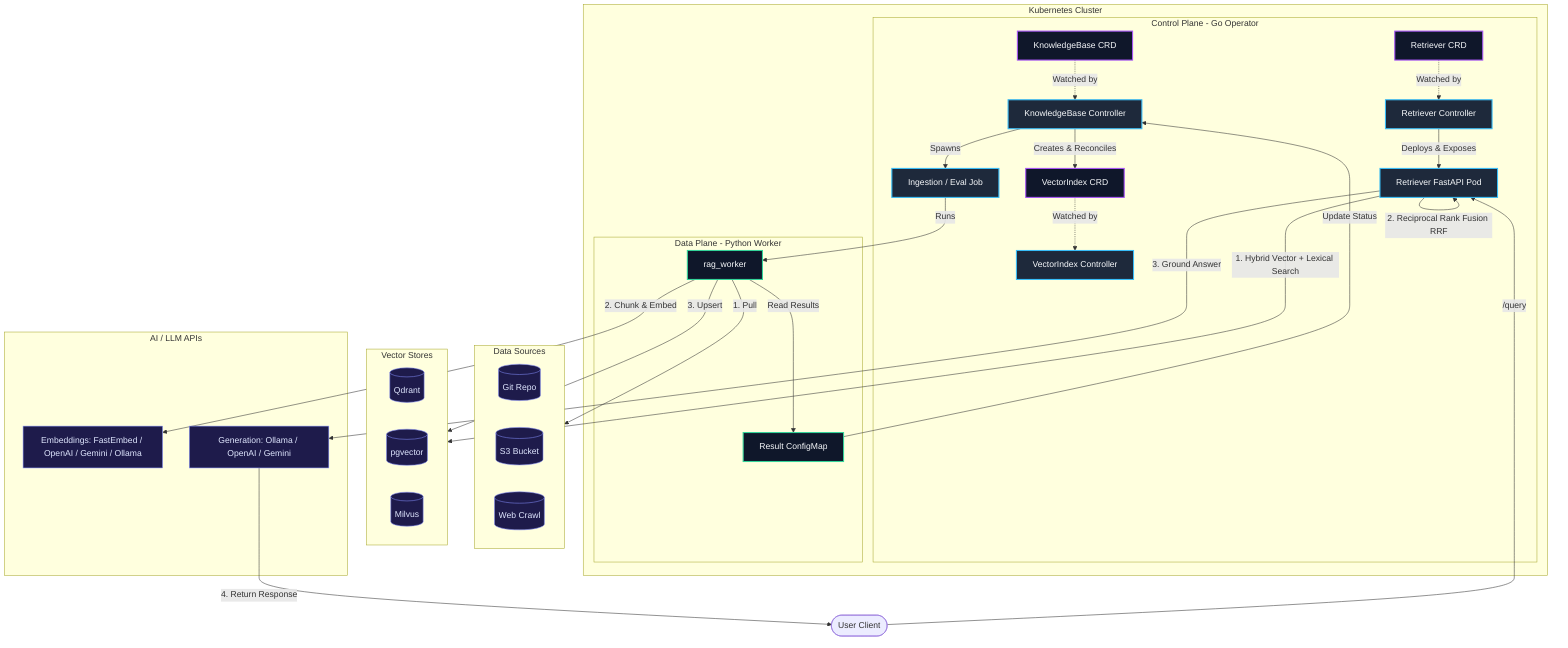
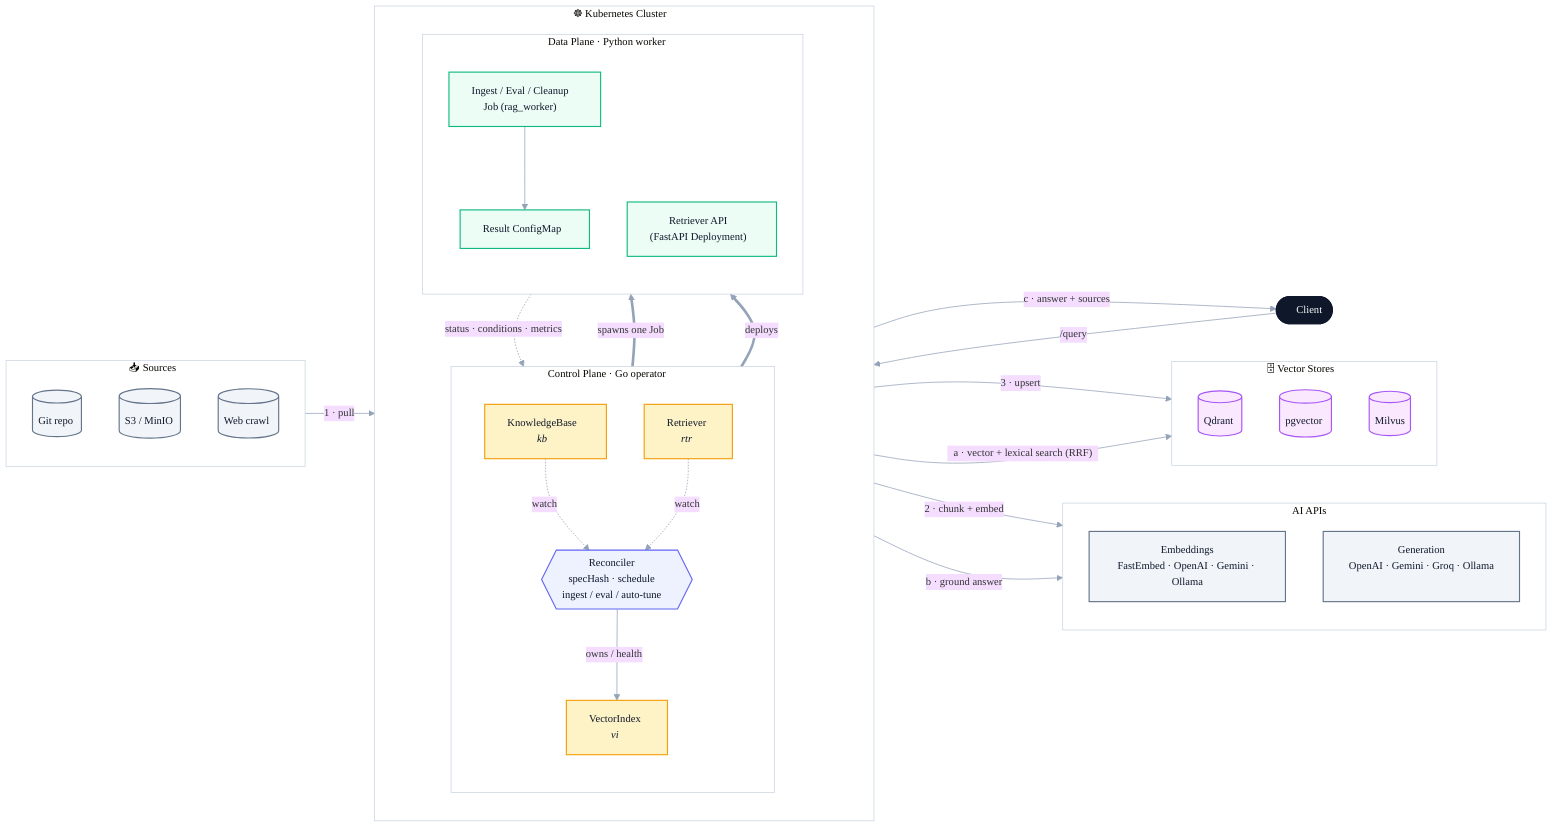
- graph TD
-     %% Custom Styles & Classes
-     classDef control fill:#1e293b,stroke:#38bdf8,stroke-width:2px,color:#f8fafc;
-     classDef data fill:#0f172a,stroke:#34d399,stroke-width:2px,color:#f8fafc;
-     classDef external fill:#1e1b4b,stroke:#818cf8,stroke-width:1px,color:#e0e7ff;
-     classDef resources fill:#0f172a,stroke:#a855f7,stroke-width:2px,color:#f8fafc;
+ %%{init: {'theme':'base','themeVariables':{
+   'fontFamily':'ui-sans-serif, system-ui, sans-serif',
+   'fontSize':'14px',
+   'lineColor':'#94a3b8',
+   'clusterBorder':'#cbd5e1',
+   'clusterBkg':'#ffffff00'
+ }}}%%
+ flowchart LR
+   %% ---- palette (explicit fills => readable in GitHub light AND dark) ----
+   classDef crd      fill:#fef3c7,stroke:#f59e0b,stroke-width:1.5px,color:#0f172a;
+   classDef control  fill:#eef2ff,stroke:#6366f1,stroke-width:1.5px,color:#0f172a;
+   classDef data     fill:#ecfdf5,stroke:#10b981,stroke-width:1.5px,color:#0f172a;
+   classDef store    fill:#fae8ff,stroke:#a855f7,stroke-width:1.5px,color:#0f172a;
+   classDef ext      fill:#f1f5f9,stroke:#64748b,stroke-width:1.5px,color:#0f172a;
+   classDef user     fill:#0f172a,stroke:#0f172a,stroke-width:1.5px,color:#f8fafc;

-     subgraph K8S [Kubernetes Cluster]
-         subgraph CP [Control Plane - Go Operator]
-             KB[KnowledgeBase CRD]:::resources
-             RTR[Retriever CRD]:::resources
-             VI[VectorIndex CRD]:::resources
+   User(["👤 Client"]):::user

-             KBC[KnowledgeBase Controller]:::control
-             RTRC[Retriever Controller]:::control
-             VIC[VectorIndex Controller]:::control
+   subgraph Sources["📥 Sources"]
+     direction TB
+     Git[("Git repo")]:::ext
+     S3[("S3 / MinIO")]:::ext
+     Web[("Web crawl")]:::ext
+   end

-             KB -.->|Watched by| KBC
-             RTR -.->|Watched by| RTRC
-             VI -.->|Watched by| VIC
+   subgraph K8s["☸️ Kubernetes Cluster"]
+     direction TB

-             KBC -->|Creates & Reconciles| VI
-             KBC -->|Spawns| IngestJob[Ingestion / Eval Job]:::control
-             RTRC -->|Deploys & Exposes| FastAPI[Retriever FastAPI Pod]:::control
-         end
- 
-         subgraph DP [Data Plane - Python Worker]
-             IngestJob -->|Runs| Worker[rag_worker]:::data
-             Worker -->|Read Results| ResCM[Result ConfigMap]:::data
-             ResCM -->|Update Status| KBC
-         end
+     subgraph CP["Control Plane · Go operator"]
+       direction TB
+       KB["KnowledgeBase<br/><i>kb</i>"]:::crd
+       RTR["Retriever<br/><i>rtr</i>"]:::crd
+       VI["VectorIndex<br/><i>vi</i>"]:::crd
+       REC{{"Reconciler<br/>specHash · schedule<br/>ingest / eval / auto-tune"}}:::control
+       KB -. watch .-> REC
+       RTR -. watch .-> REC
+       REC -->|"owns / health"| VI
    end

-     %% External Connections
-     subgraph ExtSources [Data Sources]
-         Git[(Git Repo)]:::external
-         S3[(S3 Bucket)]:::external
-         Web[(Web Crawl)]:::external
+     subgraph DP["Data Plane · Python worker"]
+       direction TB
+       JOB["Ingest / Eval / Cleanup<br/>Job (rag_worker)"]:::data
+       RES["Result ConfigMap"]:::data
+       SRV["Retriever API<br/>(FastAPI Deployment)"]:::data
+       JOB --> RES
    end

-     subgraph ExtStores [Vector Stores]
-         Qdrant[(Qdrant)]:::external
-         PgVector[(pgvector)]:::external
-         Milvus[(Milvus)]:::external
-     end
+     REC ==>|"spawns one Job"| JOB
+     RES -. "status · conditions · metrics" .-> REC
+     REC ==>|"deploys"| SRV
+   end

-     subgraph ExtAPIs [AI / LLM APIs]
-         EmbedAPI[Embeddings: FastEmbed / OpenAI / Gemini / Ollama]:::external
-         GenAPI[Generation: Ollama / OpenAI / Gemini]:::external
-     end
+   subgraph Stores["🗄️ Vector Stores"]
+     direction TB
+     QD[("Qdrant")]:::store
+     PG[("pgvector")]:::store
+     MV[("Milvus")]:::store
+   end

-     %% Data Plane Actions
-     Worker -->|1. Pull| ExtSources
-     Worker -->|2. Chunk & Embed| EmbedAPI
-     Worker -->|3. Upsert| ExtStores
+   subgraph AI["🧠 AI APIs"]
+     direction TB
+     EMB["Embeddings<br/>FastEmbed · OpenAI · Gemini · Ollama"]:::ext
+     GEN["Generation<br/>OpenAI · Gemini · Groq · Ollama"]:::ext
+   end

-     %% Serving/Query Path
-     User([User Client]) -->|/query| FastAPI
-     FastAPI -->|1. Hybrid Vector + Lexical Search| ExtStores
-     FastAPI -->|2. Reciprocal Rank Fusion RRF| FastAPI
-     FastAPI -->|3. Ground Answer| GenAPI
-     GenAPI -->|4. Return Response| User
+   %% ---- ingest pipeline ----
+   Sources -->|"1 · pull"| JOB
+   JOB -->|"2 · chunk + embed"| EMB
+   JOB -->|"3 · upsert"| Stores
+ 
+   %% ---- serve / query path ----
+   User -->|"/query"| SRV
+   SRV -->|"a · vector + lexical search (RRF)"| Stores
+   SRV -->|"b · ground answer"| GEN
+   SRV -->|"c · answer + sources"| User
